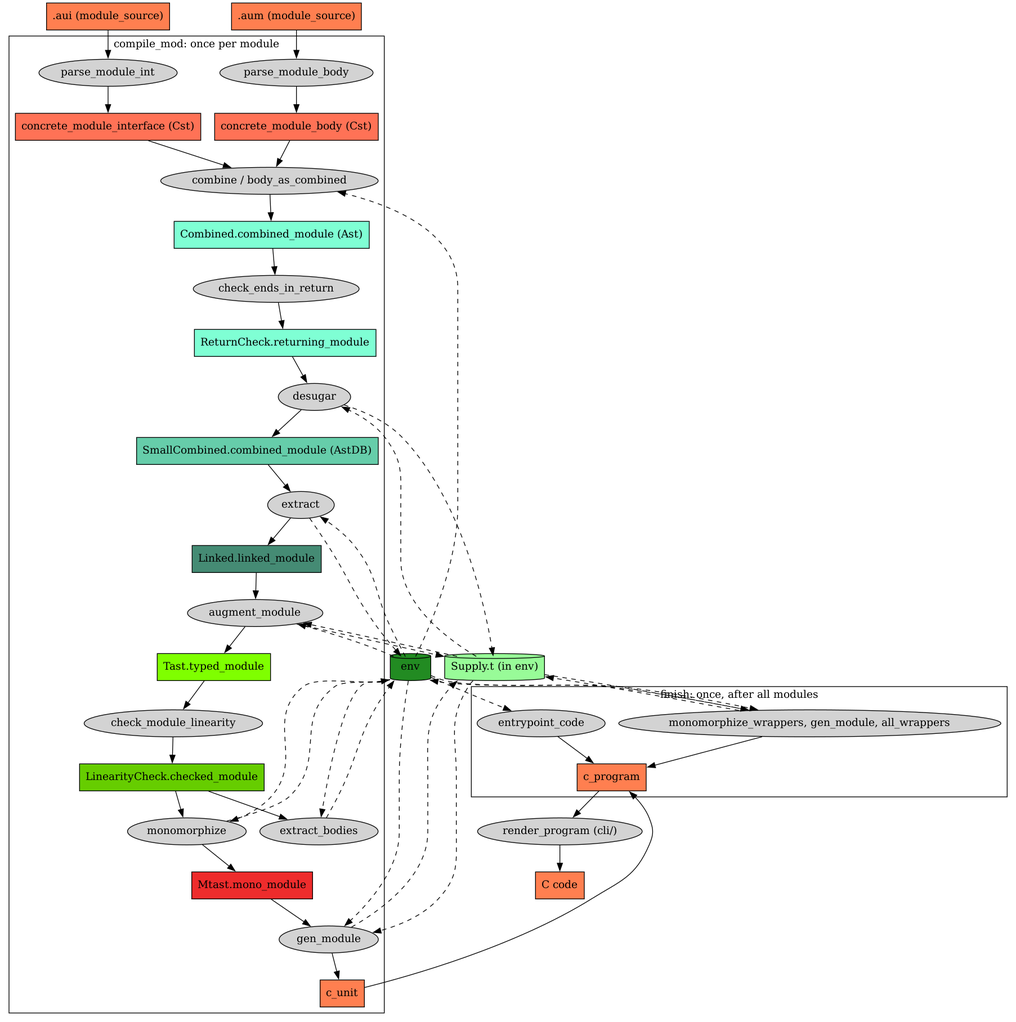
Before: docs/pipeline.png, a diagram exported from Graphviz (seiei-sogen/zustral). Its source is kept beside it as docs/pipeline.dot.
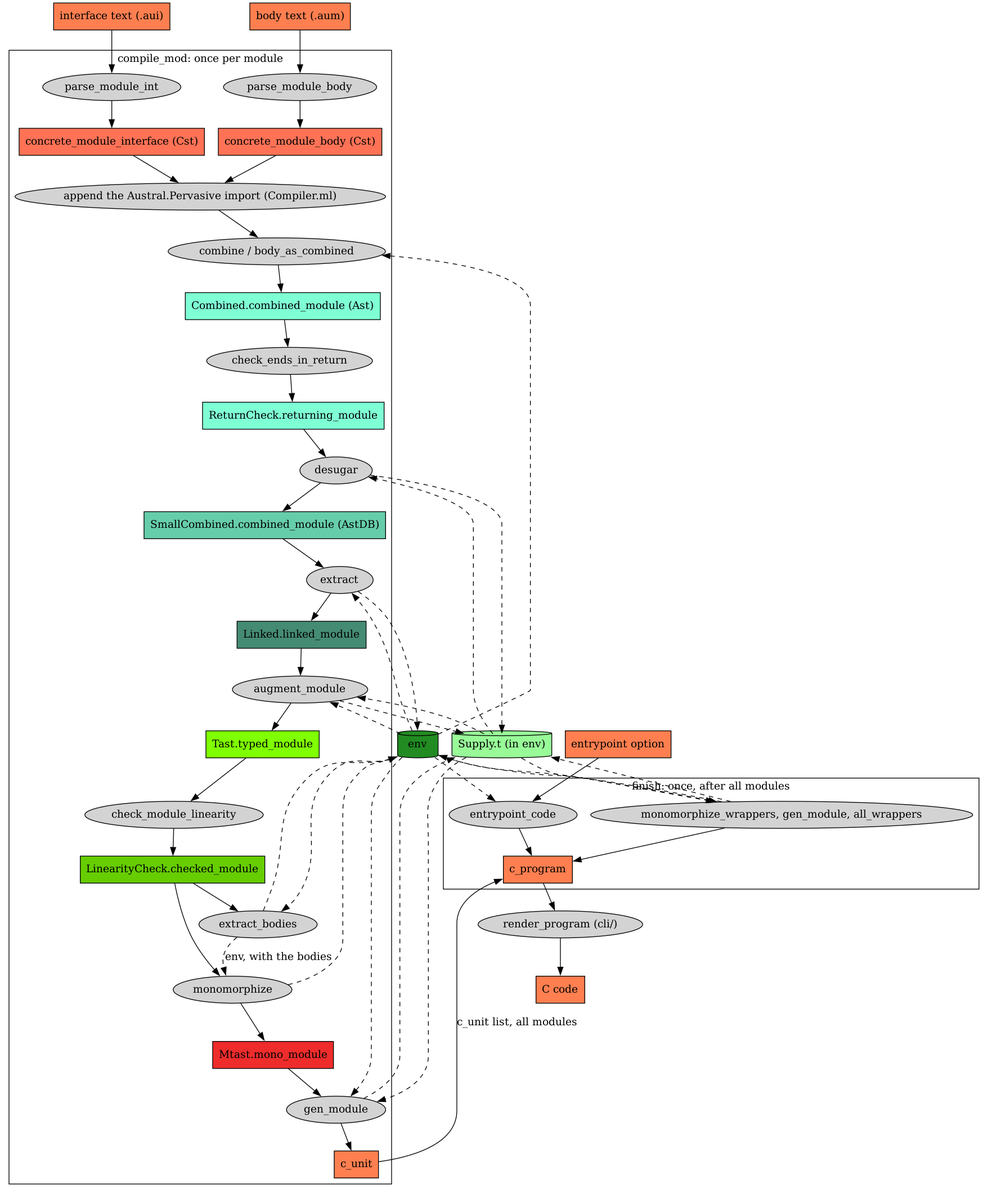
Later version of the same file.

Commit message:
7つ目のレビューが見つけた、文書と図の誤りを直す

Diff of the diagram source:
```diff
@@ -1,8 +1,9 @@
 digraph G {
     node[style=filled]
 
-    aui[shape=rect fillcolor=coral label=".aui (module_source)"]
-    aum[shape=rect fillcolor=coral label=".aum (module_source)"]
+    aui[shape=rect fillcolor=coral label="interface text (.aui)"]
+    aum[shape=rect fillcolor=coral label="body text (.aum)"]
+    ep[shape=rect fillcolor=coral label="entrypoint option"]
 
     subgraph cluster_module {
         label="compile_mod: once per module"
@@ -20,6 +21,7 @@
 
         parse_int[label="parse_module_int"]
         parse_body[label="parse_module_body"]
+        pervasive[label="append the Austral.Pervasive import (Compiler.ml)"]
         combine[label="combine / body_as_combined"]
         check_returns[label="check_ends_in_return"]
         desugar[label="desugar"]
@@ -45,13 +47,15 @@
     env[label="env" fillcolor=forestgreen shape=cylinder]
     supply[label="Supply.t (in env)" fillcolor=palegreen shape=cylinder]
 
-    aui -> parse_int -> icst -> combine
-    aum -> parse_body -> bcst -> combine
+    aui -> parse_int -> icst -> pervasive
+    aum -> parse_body -> bcst -> pervasive
+    pervasive -> combine
     combine -> combined -> check_returns -> returning -> desugar -> small -> extract -> linked
     linked -> augment -> typed -> linearity -> checked
     checked -> bodies
     checked -> monomorphize -> mono -> gen -> unit
-    unit -> program
+    unit -> program [label="c_unit list, all modules"]
+    ep -> entry
     wrappers -> program
     entry -> program
     program -> render -> c
@@ -63,7 +67,7 @@
     env -> augment
     env -> bodies
     bodies -> env
-    env -> monomorphize
+    bodies -> monomorphize [label="env, with the bodies"]
     monomorphize -> env
     env -> gen
     env -> wrappers
```
